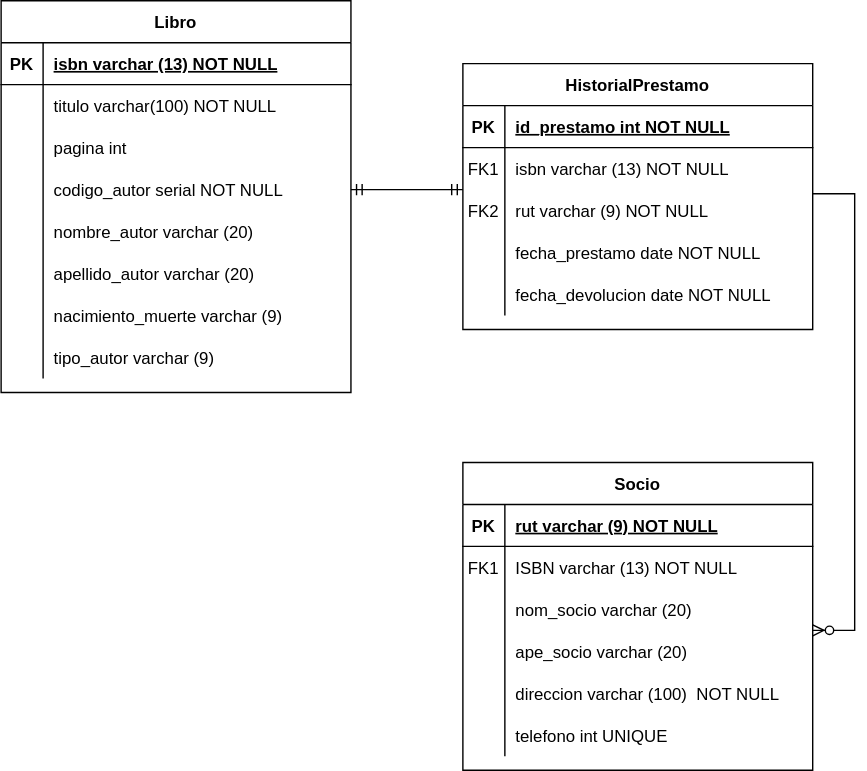
This is Modelo fisico.drawio.svg from FranSantander/-Biblioteca, a draw.io export, as it was before one commit. Source tidied: cells renumbered, new cells last; positions are measured from the earlier drawing's top-left corner, leaving out a move shared by most shapes.
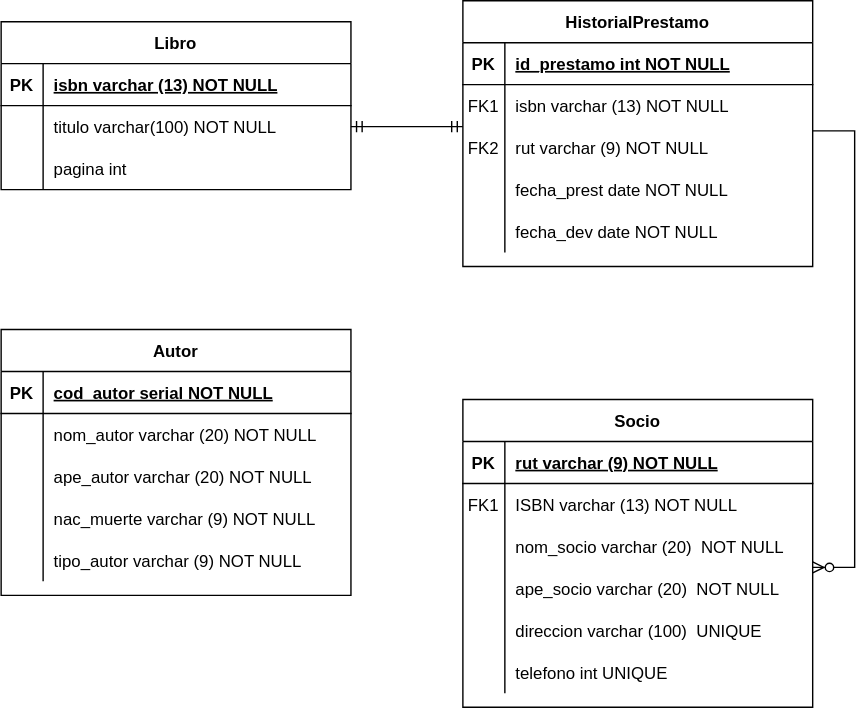
The same diagram one commit later.

What changed in the source:
```diff
@@ -3,7 +3,7 @@
     <mxCell id="0" />
     <mxCell id="1" parent="0" />
     <mxCell id="2" value="Libro" style="shape=table;startSize=30;rowLines=0;fontStyle=1;align=center;" parent="1" vertex="1">
-      <mxGeometry width="250" height="280" as="geometry" />
+      <mxGeometry y="60" width="250" height="120" as="geometry" />
     </mxCell>
     <mxCell id="3" style="shape=partialRectangle;fillColor=none;top=0;left=0;right=0;bottom=1;" parent="2" vertex="1">
       <mxGeometry y="30" width="250" height="30" as="geometry" />
@@ -32,53 +32,9 @@
     <mxCell id="11" value="pagina int" style="shape=partialRectangle;overflow=hidden;fillColor=none;top=0;left=0;bottom=0;right=0;align=left;spacingLeft=6;" parent="9" vertex="1">
       <mxGeometry x="30" width="220" height="30" as="geometry" />
     </mxCell>
-    <mxCell id="12" style="shape=partialRectangle;fillColor=none;points=[[0,0.5],[1,0.5]];portConstraint=eastwest;top=0;left=0;right=0;bottom=0;" parent="2" vertex="1">
-      <mxGeometry y="120" width="250" height="30" as="geometry" />
-    </mxCell>
-    <mxCell id="13" style="shape=partialRectangle;overflow=hidden;fillColor=none;top=0;left=0;bottom=0;right=0;" parent="12" vertex="1">
-      <mxGeometry width="30" height="30" as="geometry" />
-    </mxCell>
-    <mxCell id="14" value="codigo_autor serial NOT NULL" style="shape=partialRectangle;overflow=hidden;fillColor=none;top=0;left=0;bottom=0;right=0;align=left;spacingLeft=6;" parent="12" vertex="1">
-      <mxGeometry x="30" width="220" height="30" as="geometry" />
-    </mxCell>
-    <mxCell id="15" style="shape=partialRectangle;fillColor=none;top=0;left=0;right=0;bottom=0;" parent="2" vertex="1">
-      <mxGeometry y="150" width="250" height="30" as="geometry" />
-    </mxCell>
-    <mxCell id="16" style="shape=partialRectangle;overflow=hidden;fillColor=none;top=0;left=0;bottom=0;right=0;" parent="15" vertex="1">
-      <mxGeometry width="30" height="30" as="geometry" />
-    </mxCell>
-    <mxCell id="17" value="nombre_autor varchar (20)" style="shape=partialRectangle;overflow=hidden;fillColor=none;top=0;left=0;bottom=0;right=0;align=left;spacingLeft=6;" parent="15" vertex="1">
-      <mxGeometry x="30" width="220" height="30" as="geometry" />
-    </mxCell>
-    <mxCell id="18" style="shape=partialRectangle;fillColor=none;top=0;left=0;right=0;bottom=0;" parent="2" vertex="1">
-      <mxGeometry y="180" width="250" height="30" as="geometry" />
-    </mxCell>
-    <mxCell id="19" style="shape=partialRectangle;overflow=hidden;fillColor=none;top=0;left=0;bottom=0;right=0;" parent="18" vertex="1">
-      <mxGeometry width="30" height="30" as="geometry" />
-    </mxCell>
-    <mxCell id="20" value="apellido_autor varchar (20)" style="shape=partialRectangle;overflow=hidden;fillColor=none;top=0;left=0;bottom=0;right=0;align=left;spacingLeft=6;" parent="18" vertex="1">
-      <mxGeometry x="30" width="220" height="30" as="geometry" />
-    </mxCell>
-    <mxCell id="21" style="shape=partialRectangle;fillColor=none;top=0;left=0;right=0;bottom=0;" parent="2" vertex="1">
-      <mxGeometry y="210" width="250" height="30" as="geometry" />
-    </mxCell>
-    <mxCell id="22" style="shape=partialRectangle;overflow=hidden;fillColor=none;top=0;left=0;bottom=0;right=0;" parent="21" vertex="1">
-      <mxGeometry width="30" height="30" as="geometry" />
-    </mxCell>
-    <mxCell id="23" value="nacimiento_muerte varchar (9)" style="shape=partialRectangle;overflow=hidden;fillColor=none;top=0;left=0;bottom=0;right=0;align=left;spacingLeft=6;" parent="21" vertex="1">
-      <mxGeometry x="30" width="220" height="30" as="geometry" />
-    </mxCell>
-    <mxCell id="24" style="shape=partialRectangle;fillColor=none;top=0;left=0;right=0;bottom=0;" parent="2" vertex="1">
-      <mxGeometry y="240" width="250" height="30" as="geometry" />
-    </mxCell>
-    <mxCell id="25" style="shape=partialRectangle;overflow=hidden;fillColor=none;top=0;left=0;bottom=0;right=0;" parent="24" vertex="1">
-      <mxGeometry width="30" height="30" as="geometry" />
-    </mxCell>
-    <mxCell id="26" value="tipo_autor varchar (9)" style="shape=partialRectangle;overflow=hidden;fillColor=none;top=0;left=0;bottom=0;right=0;align=left;spacingLeft=6;" parent="24" vertex="1">
-      <mxGeometry x="30" width="220" height="30" as="geometry" />
-    </mxCell>
-    <mxCell id="27" style="edgeStyle=entityRelationEdgeStyle;fontSize=12;html=1;endArrow=ERmandOne;startArrow=ERmandOne;rounded=0;exitX=1;exitY=0.5;exitDx=0;exitDy=0;entryX=0;entryY=0.5;entryDx=0;entryDy=0;" parent="1" edge="1" source="12">
+    <mxCell id="27" style="edgeStyle=entityRelationEdgeStyle;fontSize=12;html=1;endArrow=ERmandOne;startArrow=ERmandOne;rounded=0;exitX=1;exitY=0.5;exitDx=0;exitDy=0;entryX=0;entryY=0.5;entryDx=0;entryDy=0;" parent="1" edge="1">
       <mxGeometry relative="1" as="geometry">
+        <mxPoint x="250" y="135" as="sourcePoint" />
         <mxPoint x="330" y="135" as="targetPoint" />
       </mxGeometry>
     </mxCell>
@@ -118,7 +74,7 @@
     <mxCell id="39" style="shape=partialRectangle;overflow=hidden;fillColor=none;top=0;left=0;bottom=0;right=0;" parent="38" vertex="1">
       <mxGeometry width="30" height="30" as="geometry" />
     </mxCell>
-    <mxCell id="40" value="fecha_prestamo date NOT NULL" style="shape=partialRectangle;overflow=hidden;fillColor=none;top=0;left=0;bottom=0;right=0;align=left;spacingLeft=6;" parent="38" vertex="1">
+    <mxCell id="40" value="fecha_prest date NOT NULL" style="shape=partialRectangle;overflow=hidden;fillColor=none;top=0;left=0;bottom=0;right=0;align=left;spacingLeft=6;" parent="38" vertex="1">
       <mxGeometry x="30" width="220" height="30" as="geometry" />
     </mxCell>
     <mxCell id="41" style="shape=partialRectangle;fillColor=none;top=0;left=0;right=0;bottom=0;" parent="28" vertex="1">
@@ -127,7 +83,7 @@
     <mxCell id="42" style="shape=partialRectangle;overflow=hidden;fillColor=none;top=0;left=0;bottom=0;right=0;" parent="41" vertex="1">
       <mxGeometry width="30" height="30" as="geometry" />
     </mxCell>
-    <mxCell id="43" value="fecha_devolucion date NOT NULL" style="shape=partialRectangle;overflow=hidden;fillColor=none;top=0;left=0;bottom=0;right=0;align=left;spacingLeft=6;" parent="41" vertex="1">
+    <mxCell id="43" value="fecha_dev date NOT NULL" style="shape=partialRectangle;overflow=hidden;fillColor=none;top=0;left=0;bottom=0;right=0;align=left;spacingLeft=6;" parent="41" vertex="1">
       <mxGeometry x="30" width="220" height="30" as="geometry" />
     </mxCell>
     <mxCell id="44" value="Socio" style="shape=table;startSize=30;rowLines=0;fontStyle=1;align=center;" parent="1" vertex="1">
@@ -157,7 +113,7 @@
     <mxCell id="52" style="shape=partialRectangle;overflow=hidden;fillColor=none;top=0;left=0;bottom=0;right=0;" parent="51" vertex="1">
       <mxGeometry width="30" height="30" as="geometry" />
     </mxCell>
-    <mxCell id="53" value="nom_socio varchar (20) " style="shape=partialRectangle;overflow=hidden;fillColor=none;top=0;left=0;bottom=0;right=0;align=left;spacingLeft=6;" parent="51" vertex="1">
+    <mxCell id="53" value="nom_socio varchar (20)  NOT NULL" style="shape=partialRectangle;overflow=hidden;fillColor=none;top=0;left=0;bottom=0;right=0;align=left;spacingLeft=6;" parent="51" vertex="1">
       <mxGeometry x="30" width="220" height="30" as="geometry" />
     </mxCell>
     <mxCell id="54" style="shape=partialRectangle;fillColor=none;points=[[0,0.5],[1,0.5]];portConstraint=eastwest;top=0;left=0;right=0;bottom=0;" parent="44" vertex="1">
@@ -166,7 +122,7 @@
     <mxCell id="55" style="shape=partialRectangle;overflow=hidden;fillColor=none;top=0;left=0;bottom=0;right=0;" parent="54" vertex="1">
       <mxGeometry width="30" height="30" as="geometry" />
     </mxCell>
-    <mxCell id="56" value="ape_socio varchar (20) " style="shape=partialRectangle;overflow=hidden;fillColor=none;top=0;left=0;bottom=0;right=0;align=left;spacingLeft=6;" parent="54" vertex="1">
+    <mxCell id="56" value="ape_socio varchar (20)  NOT NULL" style="shape=partialRectangle;overflow=hidden;fillColor=none;top=0;left=0;bottom=0;right=0;align=left;spacingLeft=6;" parent="54" vertex="1">
       <mxGeometry x="30" width="220" height="30" as="geometry" />
     </mxCell>
     <mxCell id="57" style="shape=partialRectangle;fillColor=none;top=0;left=0;right=0;bottom=0;" parent="44" vertex="1">
@@ -175,7 +131,7 @@
     <mxCell id="58" style="shape=partialRectangle;overflow=hidden;fillColor=none;top=0;left=0;bottom=0;right=0;" parent="57" vertex="1">
       <mxGeometry width="30" height="30" as="geometry" />
     </mxCell>
-    <mxCell id="59" value="direccion varchar (100)  NOT NULL" style="shape=partialRectangle;overflow=hidden;fillColor=none;top=0;left=0;bottom=0;right=0;align=left;spacingLeft=6;" parent="57" vertex="1">
+    <mxCell id="59" value="direccion varchar (100)  UNIQUE" style="shape=partialRectangle;overflow=hidden;fillColor=none;top=0;left=0;bottom=0;right=0;align=left;spacingLeft=6;" parent="57" vertex="1">
       <mxGeometry x="30" width="220" height="30" as="geometry" />
     </mxCell>
     <mxCell id="60" style="shape=partialRectangle;fillColor=none;top=0;left=0;right=0;bottom=0;" parent="44" vertex="1">
@@ -190,5 +146,53 @@
     <mxCell id="63" style="edgeStyle=entityRelationEdgeStyle;fontSize=12;html=1;endArrow=ERzeroToMany;endFill=1;rounded=0;exitX=1;exitY=0.1;exitDx=0;exitDy=0;startArrow=none;exitPerimeter=0;entryX=1;entryY=0;entryDx=0;entryDy=0;entryPerimeter=0;" parent="1" edge="1" source="35" target="54">
       <mxGeometry relative="1" as="geometry" />
     </mxCell>
+    <mxCell id="64" value="Autor" style="shape=table;startSize=30;rowLines=0;fontStyle=1;align=center;" parent="1" vertex="1">
+      <mxGeometry y="280" width="250" height="190" as="geometry" />
+    </mxCell>
+    <mxCell id="65" style="shape=tableRow;horizontal=0;startSize=0;swimlaneHead=0;swimlaneBody=0;fillColor=none;top=0;left=0;right=0;bottom=1;" parent="64" vertex="1">
+      <mxGeometry y="30" width="250" height="30" as="geometry" />
+    </mxCell>
+    <mxCell id="66" value="PK" style="shape=partialRectangle;fillColor=none;top=0;left=0;bottom=0;right=0;fontStyle=1;overflow=hidden;" parent="65" vertex="1">
+      <mxGeometry width="30" height="30" as="geometry" />
+    </mxCell>
+    <mxCell id="67" value="cod_autor serial NOT NULL" style="shape=partialRectangle;fillColor=none;top=0;left=0;bottom=0;right=0;align=left;spacingLeft=6;fontStyle=5;overflow=hidden;" parent="65" vertex="1">
+      <mxGeometry x="30" width="220" height="30" as="geometry" />
+    </mxCell>
+    <mxCell id="68" style="shape=tableRow;horizontal=0;startSize=0;swimlaneHead=0;swimlaneBody=0;fillColor=none;top=0;left=0;right=0;bottom=0;" parent="64" vertex="1">
+      <mxGeometry y="60" width="250" height="30" as="geometry" />
+    </mxCell>
+    <mxCell id="69" style="shape=partialRectangle;fillColor=none;top=0;left=0;bottom=0;right=0;overflow=hidden;" parent="68" vertex="1">
+      <mxGeometry width="30" height="30" as="geometry" />
+    </mxCell>
+    <mxCell id="70" value="nom_autor varchar (20) NOT NULL" style="shape=partialRectangle;fillColor=none;top=0;left=0;bottom=0;right=0;align=left;spacingLeft=6;overflow=hidden;" parent="68" vertex="1">
+      <mxGeometry x="30" width="220" height="30" as="geometry" />
+    </mxCell>
+    <mxCell id="71" style="shape=tableRow;horizontal=0;startSize=0;swimlaneHead=0;swimlaneBody=0;fillColor=none;top=0;left=0;right=0;bottom=0;" parent="64" vertex="1">
+      <mxGeometry y="90" width="250" height="30" as="geometry" />
+    </mxCell>
+    <mxCell id="72" style="shape=partialRectangle;fillColor=none;top=0;left=0;bottom=0;right=0;overflow=hidden;" parent="71" vertex="1">
+      <mxGeometry width="30" height="30" as="geometry" />
+    </mxCell>
+    <mxCell id="73" value="ape_autor varchar (20) NOT NULL" style="shape=partialRectangle;fillColor=none;top=0;left=0;bottom=0;right=0;align=left;spacingLeft=6;overflow=hidden;" parent="71" vertex="1">
+      <mxGeometry x="30" width="220" height="30" as="geometry" />
+    </mxCell>
+    <mxCell id="74" style="shape=tableRow;horizontal=0;startSize=0;swimlaneHead=0;swimlaneBody=0;fillColor=none;top=0;left=0;right=0;bottom=0;" parent="64" vertex="1">
+      <mxGeometry y="120" width="250" height="30" as="geometry" />
+    </mxCell>
+    <mxCell id="75" style="shape=partialRectangle;fillColor=none;top=0;left=0;bottom=0;right=0;overflow=hidden;" parent="74" vertex="1">
+      <mxGeometry width="30" height="30" as="geometry" />
+    </mxCell>
+    <mxCell id="76" value="nac_muerte varchar (9) NOT NULL" style="shape=partialRectangle;fillColor=none;top=0;left=0;bottom=0;right=0;align=left;spacingLeft=6;overflow=hidden;" parent="74" vertex="1">
+      <mxGeometry x="30" width="220" height="30" as="geometry" />
+    </mxCell>
+    <mxCell id="77" style="shape=tableRow;horizontal=0;startSize=0;swimlaneHead=0;swimlaneBody=0;fillColor=none;top=0;left=0;right=0;bottom=0;" parent="64" vertex="1">
+      <mxGeometry y="150" width="250" height="30" as="geometry" />
+    </mxCell>
+    <mxCell id="78" style="shape=partialRectangle;fillColor=none;top=0;left=0;bottom=0;right=0;overflow=hidden;" parent="77" vertex="1">
+      <mxGeometry width="30" height="30" as="geometry" />
+    </mxCell>
+    <mxCell id="79" value="tipo_autor varchar (9) NOT NULL" style="shape=partialRectangle;fillColor=none;top=0;left=0;bottom=0;right=0;align=left;spacingLeft=6;overflow=hidden;" parent="77" vertex="1">
+      <mxGeometry x="30" width="220" height="30" as="geometry" />
+    </mxCell>
   </root>
 </mxGraphModel>
```
